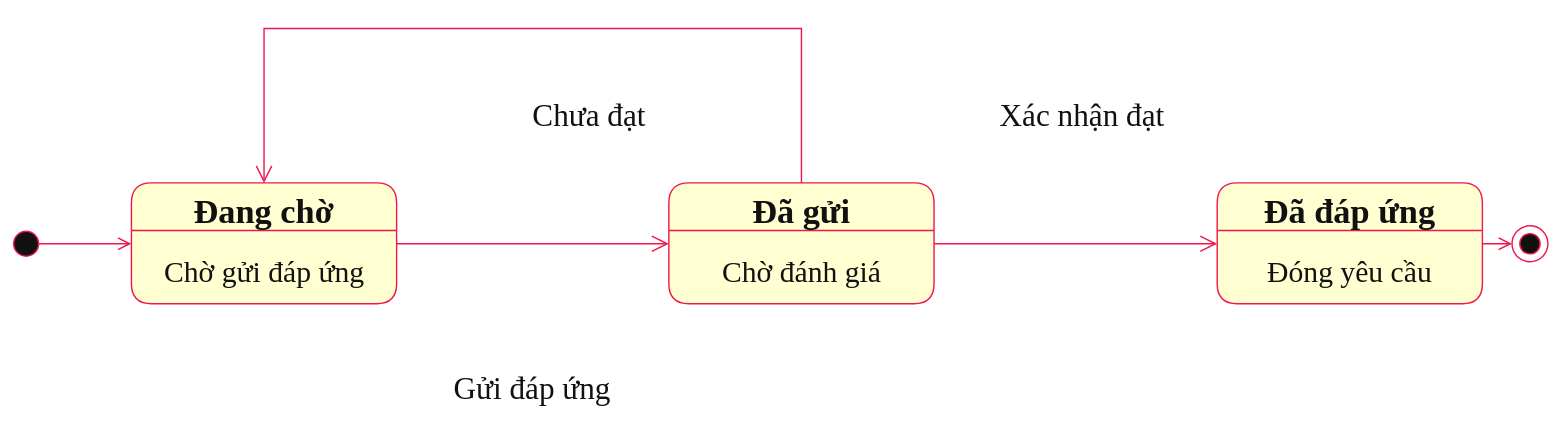
Above: 03_So_do_Drawio/04_So_do_trang_thai/Hinh_3_07_Trang_thai_yeu_cau_bo_sung.drawio in truonggiabao24072005-stack/CIV-01-Cong-Mot-Cua (draw.io), before the change. Source tidied: cells renumbered, new cells numbered last; positions are measured from the earlier drawing's top-left corner, leaving out a move shared by most shapes. Both pictures are drawn from the tidied source at 78%, with x=0, y=0 at pixel (13, 28).
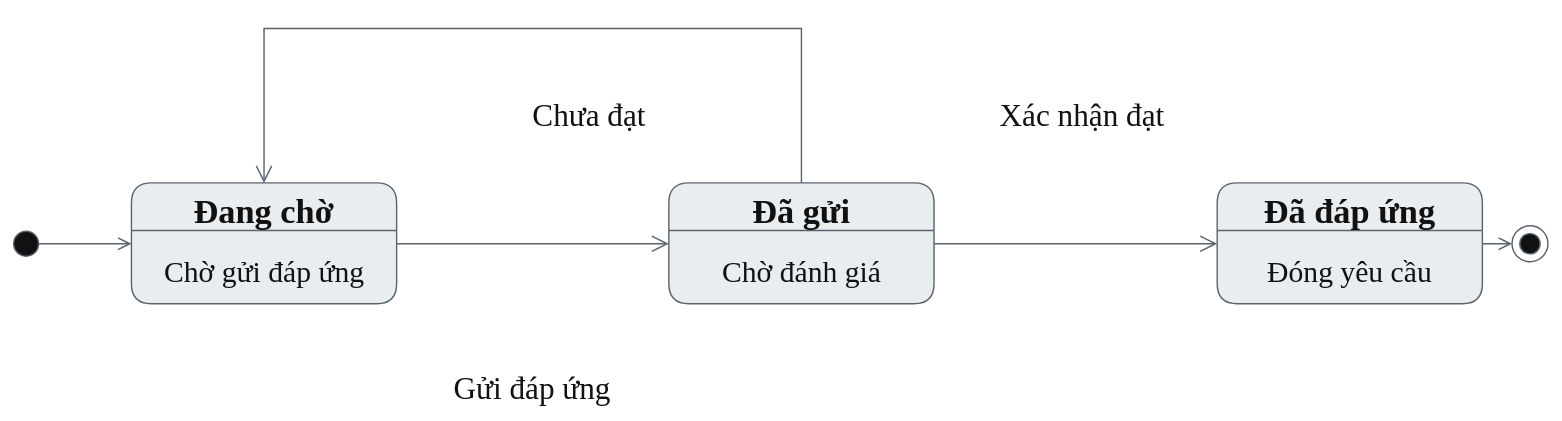
After the change.

Diff of the diagram source:
```diff
@@
-    <mxCell id="2" style="edgeStyle=none;rounded=0;html=0;strokeColor=#ef174e;strokeWidth=1.8;fontFamily=Times New Roman;fontSize=22;fontColor=#111111;endArrow=none;startArrow=none;startFill=1;startSize=22;exitX=1.0;exitY=0.5032258064516129;exitPerimeter=0;entryX=0.0;entryY=0.5032258064516129;entryPerimeter=0;endArrow=open;endFill=0;endSize=18;" parent="1" edge="1" source="5" target="7">
+    <mxCell id="2" style="edgeStyle=none;rounded=0;html=0;strokeColor=#59636E;strokeWidth=1.8;fontFamily=Times New Roman;fontSize=22;fontColor=#111111;endArrow=none;startArrow=none;startFill=1;startSize=22;exitX=1.0;exitY=0.5032258064516129;exitPerimeter=0;entryX=0.0;entryY=0.5032258064516129;entryPerimeter=0;endArrow=open;endFill=0;endSize=18;" parent="1" edge="1" source="5" target="7">
       <mxGeometry relative="1" as="geometry" />
     </mxCell>
-    <mxCell id="3" style="edgeStyle=none;rounded=0;html=0;strokeColor=#ef174e;strokeWidth=1.8;fontFamily=Times New Roman;fontSize=22;fontColor=#111111;endArrow=none;startArrow=none;startFill=1;startSize=22;exitX=1.0;exitY=0.5032258064516129;exitPerimeter=0;entryX=0.0;entryY=0.5032258064516129;entryPerimeter=0;endArrow=open;endFill=0;endSize=18;" parent="1" edge="1" source="7" target="9">
+    <mxCell id="3" style="edgeStyle=none;rounded=0;html=0;strokeColor=#59636E;strokeWidth=1.8;fontFamily=Times New Roman;fontSize=22;fontColor=#111111;endArrow=none;startArrow=none;startFill=1;startSize=22;exitX=1.0;exitY=0.5032258064516129;exitPerimeter=0;entryX=0.0;entryY=0.5032258064516129;entryPerimeter=0;endArrow=open;endFill=0;endSize=18;" parent="1" edge="1" source="7" target="9">
       <mxGeometry relative="1" as="geometry" />
     </mxCell>
-    <mxCell id="4" style="edgeStyle=none;rounded=0;html=0;strokeColor=#ef174e;strokeWidth=1.8;fontFamily=Times New Roman;fontSize=22;fontColor=#111111;endArrow=none;startArrow=none;startFill=1;startSize=22;exitX=0.5;exitY=0.0;exitPerimeter=0;entryX=0.5;entryY=0.0;entryPerimeter=0;endArrow=open;endFill=0;endSize=18;" parent="1" edge="1" source="7" target="5">
+    <mxCell id="4" style="edgeStyle=none;rounded=0;html=0;strokeColor=#59636E;strokeWidth=1.8;fontFamily=Times New Roman;fontSize=22;fontColor=#111111;endArrow=none;startArrow=none;startFill=1;startSize=22;exitX=0.5;exitY=0.0;exitPerimeter=0;entryX=0.5;entryY=0.0;entryPerimeter=0;endArrow=open;endFill=0;endSize=18;" parent="1" edge="1" source="7" target="5">
       <mxGeometry relative="1" as="geometry">
         <Array as="points">
           <mxPoint x="1010" />
           <mxPoint x="321" />
         </Array>
       </mxGeometry>
     </mxCell>
-    <mxCell id="5" value="Đang chờ" style="html=0;fontFamily=Times New Roman;fontColor=#111111;strokeColor=#ef174e;strokeWidth=1.8;swimlane;startSize=61;rounded=1;arcSize=14;fillColor=#ffffd2;swimlaneFillColor=#ffffd2;fontSize=44;fontStyle=1;align=center;verticalAlign=middle;" parent="1" vertex="1">
+    <mxCell id="5" value="Đang chờ" style="html=0;fontFamily=Times New Roman;fontColor=#111111;strokeColor=#59636E;strokeWidth=1.8;swimlane;startSize=61;rounded=1;arcSize=14;fillColor=#E9EDF0;swimlaneFillColor=#E9EDF0;fontSize=44;fontStyle=1;align=center;verticalAlign=middle;" parent="1" vertex="1">
       <mxGeometry x="151" y="198" width="340" height="155" as="geometry" />
     </mxCell>
-    <mxCell id="6" value="Chờ gửi đáp ứng" style="html=0;fontFamily=Times New Roman;fontColor=#111111;strokeColor=#ef174e;strokeWidth=1.8;text;strokeColor=none;fillColor=none;align=center;verticalAlign=top;whiteSpace=wrap;overflow=visible;spacing=0;fontSize=38;fontStyle=0;fontColor=#111111;fontStyle=0;" parent="5" vertex="1">
+    <mxCell id="6" value="Chờ gửi đáp ứng" style="html=0;fontFamily=Times New Roman;fontColor=#111111;strokeColor=#59636E;strokeWidth=1.8;text;strokeColor=none;fillColor=none;align=center;verticalAlign=top;whiteSpace=wrap;overflow=visible;spacing=0;fontSize=38;fontStyle=0;fontColor=#111111;fontStyle=0;" parent="5" vertex="1">
       <mxGeometry x="36.5" y="87" width="267" height="47" as="geometry" />
     </mxCell>
-    <mxCell id="7" value="Đã gửi" style="html=0;fontFamily=Times New Roman;fontColor=#111111;strokeColor=#ef174e;strokeWidth=1.8;swimlane;startSize=61;rounded=1;arcSize=14;fillColor=#ffffd2;swimlaneFillColor=#ffffd2;fontSize=44;fontStyle=1;align=center;verticalAlign=middle;" parent="1" vertex="1">
+    <mxCell id="7" value="Đã gửi" style="html=0;fontFamily=Times New Roman;fontColor=#111111;strokeColor=#59636E;strokeWidth=1.8;swimlane;startSize=61;rounded=1;arcSize=14;fillColor=#E9EDF0;swimlaneFillColor=#E9EDF0;fontSize=44;fontStyle=1;align=center;verticalAlign=middle;" parent="1" vertex="1">
       <mxGeometry x="840" y="198" width="340" height="155" as="geometry" />
     </mxCell>
-    <mxCell id="8" value="Chờ đánh giá" style="html=0;fontFamily=Times New Roman;fontColor=#111111;strokeColor=#ef174e;strokeWidth=1.8;text;strokeColor=none;fillColor=none;align=center;verticalAlign=top;whiteSpace=wrap;overflow=visible;spacing=0;fontSize=38;fontStyle=0;fontColor=#111111;fontStyle=0;" parent="7" vertex="1">
+    <mxCell id="8" value="Chờ đánh giá" style="html=0;fontFamily=Times New Roman;fontColor=#111111;strokeColor=#59636E;strokeWidth=1.8;text;strokeColor=none;fillColor=none;align=center;verticalAlign=top;whiteSpace=wrap;overflow=visible;spacing=0;fontSize=38;fontStyle=0;fontColor=#111111;fontStyle=0;" parent="7" vertex="1">
       <mxGeometry x="63.5" y="87" width="213" height="47" as="geometry" />
     </mxCell>
-    <mxCell id="9" value="Đã đáp ứng" style="html=0;fontFamily=Times New Roman;fontColor=#111111;strokeColor=#ef174e;strokeWidth=1.8;swimlane;startSize=61;rounded=1;arcSize=14;fillColor=#ffffd2;swimlaneFillColor=#ffffd2;fontSize=44;fontStyle=1;align=center;verticalAlign=middle;" parent="1" vertex="1">
+    <mxCell id="9" value="Đã đáp ứng" style="html=0;fontFamily=Times New Roman;fontColor=#111111;strokeColor=#59636E;strokeWidth=1.8;swimlane;startSize=61;rounded=1;arcSize=14;fillColor=#E9EDF0;swimlaneFillColor=#E9EDF0;fontSize=44;fontStyle=1;align=center;verticalAlign=middle;" parent="1" vertex="1">
       <mxGeometry x="1543" y="198" width="340" height="155" as="geometry" />
     </mxCell>
-    <mxCell id="10" value="Đóng yêu cầu" style="html=0;fontFamily=Times New Roman;fontColor=#111111;strokeColor=#ef174e;strokeWidth=1.8;text;strokeColor=none;fillColor=none;align=center;verticalAlign=top;whiteSpace=wrap;overflow=visible;spacing=0;fontSize=38;fontStyle=0;fontColor=#111111;fontStyle=0;" parent="9" vertex="1">
+    <mxCell id="10" value="Đóng yêu cầu" style="html=0;fontFamily=Times New Roman;fontColor=#111111;strokeColor=#59636E;strokeWidth=1.8;text;strokeColor=none;fillColor=none;align=center;verticalAlign=top;whiteSpace=wrap;overflow=visible;spacing=0;fontSize=38;fontStyle=0;fontColor=#111111;fontStyle=0;" parent="9" vertex="1">
       <mxGeometry x="60" y="87" width="220" height="47" as="geometry" />
     </mxCell>
-    <mxCell id="11" value="Gửi đáp ứng" style="html=0;fontFamily=Times New Roman;fontColor=#111111;strokeColor=#ef174e;strokeWidth=1.8;text;strokeColor=none;fillColor=none;align=center;verticalAlign=top;whiteSpace=wrap;overflow=visible;spacing=0;fontSize=40;fontStyle=0;fontColor=#111111;fontStyle=0;" parent="1" vertex="1">
+    <mxCell id="11" value="Gửi đáp ứng" style="html=0;fontFamily=Times New Roman;fontColor=#111111;strokeColor=#59636E;strokeWidth=1.8;text;strokeColor=none;fillColor=none;align=center;verticalAlign=top;whiteSpace=wrap;overflow=visible;spacing=0;fontSize=40;fontStyle=0;fontColor=#111111;fontStyle=0;" parent="1" vertex="1">
       <mxGeometry x="560" y="433" width="210" height="49" as="geometry" />
     </mxCell>
-    <mxCell id="12" value="Xác nhận đạt" style="html=0;fontFamily=Times New Roman;fontColor=#111111;strokeColor=#ef174e;strokeWidth=1.8;text;strokeColor=none;fillColor=none;align=center;verticalAlign=top;whiteSpace=wrap;overflow=visible;spacing=0;fontSize=40;fontStyle=0;fontColor=#111111;fontStyle=0;" parent="1" vertex="1">
+    <mxCell id="12" value="Xác nhận đạt" style="html=0;fontFamily=Times New Roman;fontColor=#111111;strokeColor=#59636E;strokeWidth=1.8;text;strokeColor=none;fillColor=none;align=center;verticalAlign=top;whiteSpace=wrap;overflow=visible;spacing=0;fontSize=40;fontStyle=0;fontColor=#111111;fontStyle=0;" parent="1" vertex="1">
       <mxGeometry x="1260" y="83" width="220" height="49" as="geometry" />
     </mxCell>
-    <mxCell id="13" value="Chưa đạt" style="html=0;fontFamily=Times New Roman;fontColor=#111111;strokeColor=#ef174e;strokeWidth=1.8;text;strokeColor=none;fillColor=none;align=center;verticalAlign=top;whiteSpace=wrap;overflow=visible;spacing=0;fontSize=40;fontStyle=0;fontColor=#111111;fontStyle=0;" parent="1" vertex="1">
+    <mxCell id="13" value="Chưa đạt" style="html=0;fontFamily=Times New Roman;fontColor=#111111;strokeColor=#59636E;strokeWidth=1.8;text;strokeColor=none;fillColor=none;align=center;verticalAlign=top;whiteSpace=wrap;overflow=visible;spacing=0;fontSize=40;fontStyle=0;fontColor=#111111;fontStyle=0;" parent="1" vertex="1">
       <mxGeometry x="661" y="83" width="154" height="49" as="geometry" />
     </mxCell>
-    <mxCell id="14" style="html=0;fontFamily=Times New Roman;fontColor=#111111;strokeColor=#ef174e;strokeWidth=1.8;ellipse;fillColor=#111111;" parent="1" vertex="1">
+    <mxCell id="14" style="html=0;fontFamily=Times New Roman;fontColor=#111111;strokeColor=#59636E;strokeWidth=1.8;ellipse;fillColor=#111111;" parent="1" vertex="1">
       <mxGeometry y="260" width="32" height="32" as="geometry" />
     </mxCell>
-    <mxCell id="15" style="edgeStyle=none;rounded=0;html=0;strokeColor=#ef174e;strokeWidth=2;startArrow=none;endArrow=open;endSize=13;endFill=0;dashed=0;dashPattern=7 7;" parent="1" edge="1">
+    <mxCell id="15" style="edgeStyle=none;rounded=0;html=0;strokeColor=#59636E;strokeWidth=2;startArrow=none;endArrow=open;endSize=13;endFill=0;dashed=0;dashPattern=7 7;" parent="1" edge="1">
       <mxGeometry relative="1" as="geometry">
         <mxPoint x="32" y="276" as="sourcePoint" />
         <mxPoint x="151" y="276" as="targetPoint" />
       </mxGeometry>
     </mxCell>
-    <mxCell id="16" style="edgeStyle=none;rounded=0;html=0;strokeColor=#ef174e;strokeWidth=2;startArrow=none;endArrow=open;endSize=13;endFill=0;dashed=0;dashPattern=7 7;" parent="1" edge="1">
+    <mxCell id="16" style="edgeStyle=none;rounded=0;html=0;strokeColor=#59636E;strokeWidth=2;startArrow=none;endArrow=open;endSize=13;endFill=0;dashed=0;dashPattern=7 7;" parent="1" edge="1">
       <mxGeometry relative="1" as="geometry">
         <mxPoint x="1883" y="276" as="sourcePoint" />
         <mxPoint x="1921" y="276" as="targetPoint" />
       </mxGeometry>
     </mxCell>
-    <mxCell id="17" style="html=0;fontFamily=Times New Roman;fontColor=#111111;strokeColor=#ef174e;strokeWidth=1.8;ellipse;fillColor=#ffffff;" parent="1" vertex="1">
+    <mxCell id="17" style="html=0;fontFamily=Times New Roman;fontColor=#111111;strokeColor=#59636E;strokeWidth=1.8;ellipse;fillColor=#ffffff;" parent="1" vertex="1">
       <mxGeometry x="1921" y="253" width="46" height="46" as="geometry" />
     </mxCell>
-    <mxCell id="18" style="html=0;fontFamily=Times New Roman;fontColor=#111111;strokeColor=#ef174e;strokeWidth=1.8;ellipse;fillColor=#111111;" parent="1" vertex="1">
+    <mxCell id="18" style="html=0;fontFamily=Times New Roman;fontColor=#111111;strokeColor=#59636E;strokeWidth=1.8;ellipse;fillColor=#111111;" parent="1" vertex="1">
       <mxGeometry x="1931" y="263" width="26" height="26" as="geometry" />
     </mxCell>
```
